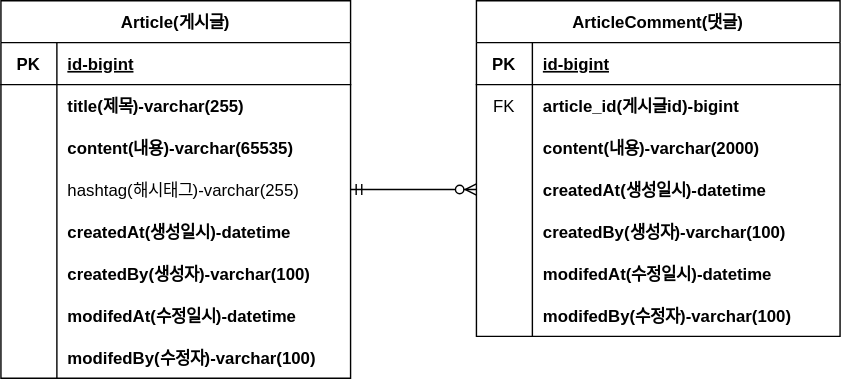
kim-ju-ho/project-board-prac keeps this draw.io diagram as document/#4-erd 템플릿.svg. Above is the earlier version. Source tidied: cells renumbered, new cells last; positions are measured from the earlier drawing's top-left corner, leaving out a move shared by most shapes.
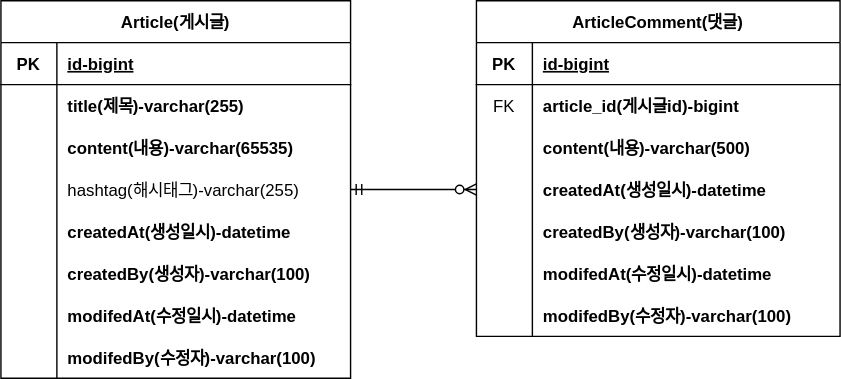
Later version of the same file.

Commit message:
#4-erd업데이트 : content 사이즈 변경

What changed in the source:
```diff
@@ -104,7 +104,7 @@
     <mxCell id="35" style="shape=partialRectangle;fillColor=none;top=0;left=0;bottom=0;right=0;overflow=hidden;" parent="34" vertex="1">
       <mxGeometry width="40" height="30" as="geometry" />
     </mxCell>
-    <mxCell id="36" value="content(내용)-varchar(2000)" style="shape=partialRectangle;fillColor=none;top=0;left=0;bottom=0;right=0;align=left;spacingLeft=6;overflow=hidden;fontStyle=1;" parent="34" vertex="1">
+    <mxCell id="36" value="content(내용)-varchar(500)" style="shape=partialRectangle;fillColor=none;top=0;left=0;bottom=0;right=0;align=left;spacingLeft=6;overflow=hidden;fontStyle=1;" parent="34" vertex="1">
       <mxGeometry x="40" width="220" height="30" as="geometry" />
     </mxCell>
     <mxCell id="37" style="shape=tableRow;horizontal=0;startSize=0;swimlaneHead=0;swimlaneBody=0;fillColor=none;points=[[0,0.5],[1,0.5]];portConstraint=eastwest;top=0;left=0;right=0;bottom=0;" parent="27" vertex="1">
```
